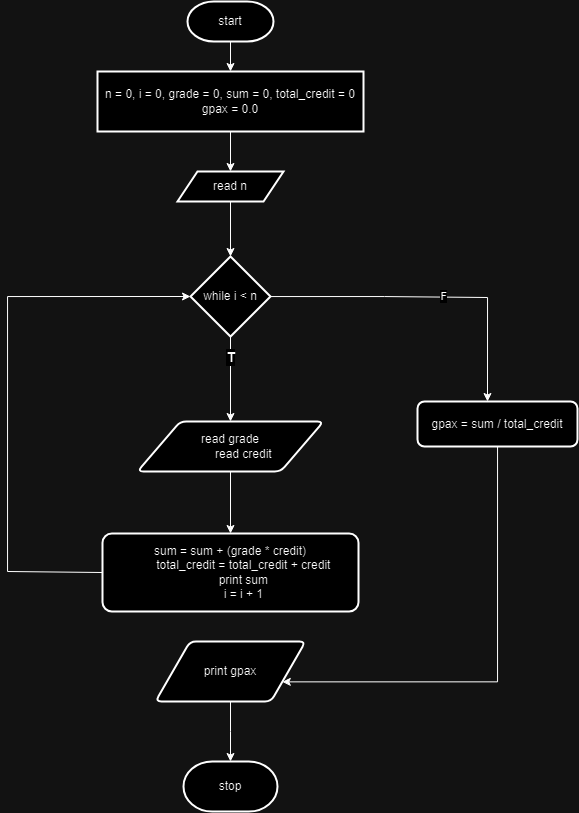
Above: Flowchart.png in K1Dev-Core/WEEK-10 (draw.io), before the change. Source tidied: cells renumbered, new cells last; positions are measured from the earlier drawing's top-left corner, leaving out a move shared by most shapes.
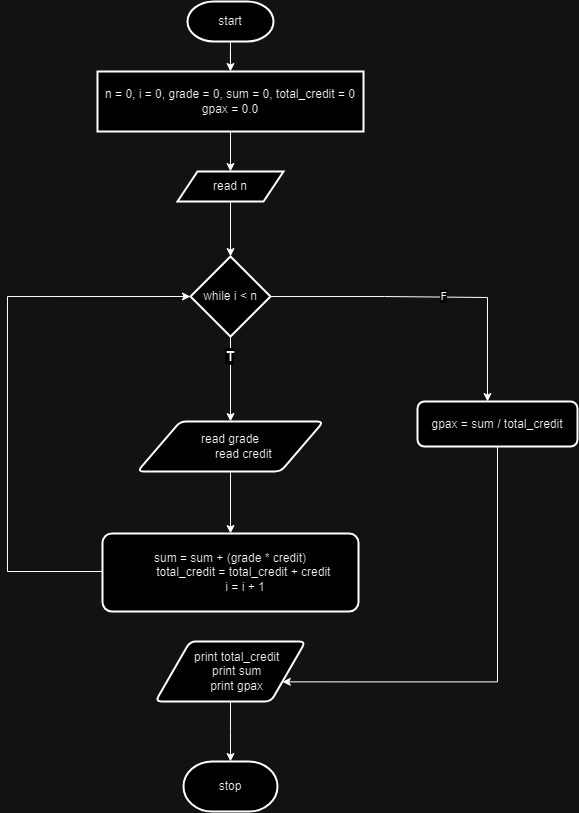
After the change.

Diff of the diagram source:
```diff
@@ -56,7 +56,7 @@
         </Array>
       </mxGeometry>
     </mxCell>
-    <mxCell id="16" value="&lt;div&gt;sum = sum + (grade * credit)&lt;/div&gt;&lt;div&gt;&amp;nbsp; &amp;nbsp; &amp;nbsp; &amp;nbsp; total_credit = total_credit + credit&lt;/div&gt;&lt;div&gt;&amp;nbsp; &amp;nbsp; &amp;nbsp; &amp;nbsp; print sum&lt;/div&gt;&lt;div&gt;&amp;nbsp; &amp;nbsp; &amp;nbsp; &amp;nbsp; i = i + 1&lt;/div&gt;" style="whiteSpace=wrap;html=1;strokeWidth=2;rounded=1;arcSize=12;" parent="1" vertex="1">
+    <mxCell id="16" value="&lt;div&gt;sum = sum + (grade * credit)&lt;/div&gt;&lt;div&gt;&amp;nbsp; &amp;nbsp; &amp;nbsp; &amp;nbsp; total_credit = total_credit + credit&lt;/div&gt;&lt;div&gt;&amp;nbsp; &amp;nbsp; &amp;nbsp; &amp;nbsp;&amp;nbsp;&lt;span style=&quot;background-color: initial;&quot;&gt;&amp;nbsp;i = i + 1&lt;/span&gt;&lt;/div&gt;" style="whiteSpace=wrap;html=1;strokeWidth=2;rounded=1;arcSize=12;" parent="1" vertex="1">
       <mxGeometry x="95" y="532" width="256" height="78" as="geometry" />
     </mxCell>
     <mxCell id="17" style="edgeStyle=orthogonalEdgeStyle;rounded=0;jettySize=auto;html=1;entryX=1;entryY=0.75;entryDx=0;entryDy=0;" parent="1" edge="1" source="18" target="20">
@@ -74,7 +74,7 @@
         <mxPoint x="223" y="760" as="targetPoint" />
       </mxGeometry>
     </mxCell>
-    <mxCell id="20" value="print gpax" style="shape=parallelogram;html=1;strokeWidth=2;perimeter=parallelogramPerimeter;whiteSpace=wrap;rounded=1;arcSize=12;size=0.23;" parent="1" vertex="1">
+    <mxCell id="20" value="&lt;div&gt;&amp;nbsp; &amp;nbsp; print total_credit&lt;/div&gt;&lt;div&gt;&amp;nbsp; &amp;nbsp; print sum&lt;/div&gt;&lt;div&gt;&amp;nbsp; &amp;nbsp; print gpax&lt;/div&gt;" style="shape=parallelogram;html=1;strokeWidth=2;perimeter=parallelogramPerimeter;whiteSpace=wrap;rounded=1;arcSize=12;size=0.23;" parent="1" vertex="1">
       <mxGeometry x="148" y="640" width="150" height="60" as="geometry" />
     </mxCell>
     <mxCell id="21" value="stop" style="strokeWidth=2;html=1;shape=mxgraph.flowchart.terminator;whiteSpace=wrap;" parent="1" vertex="1">
```
